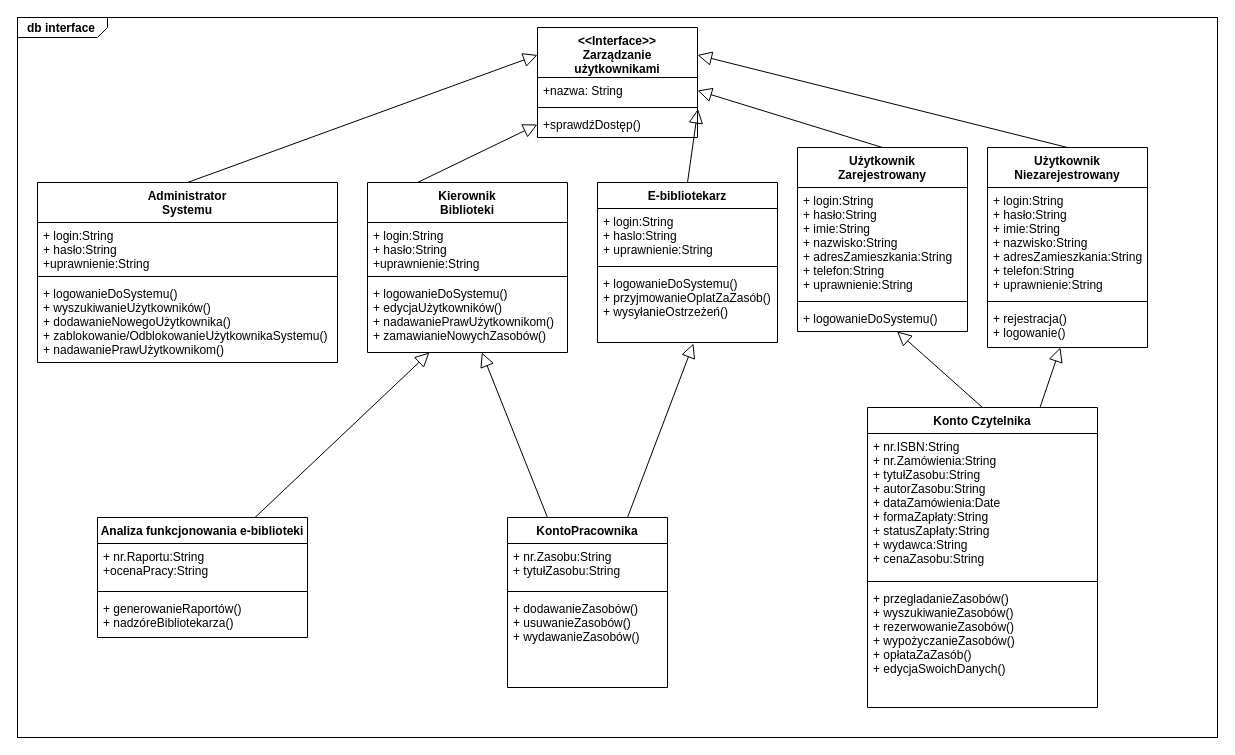
Above: najwiekszydiagram.drawio in tidas022/pl13ti3c (draw.io), before the change. Source tidied: cells renumbered, new cells numbered last; positions are measured from the earlier drawing's top-left corner, leaving out a move shared by most shapes. Both pictures are drawn from the tidied source at 100%, with x=0, y=0 at pixel (17, 17).
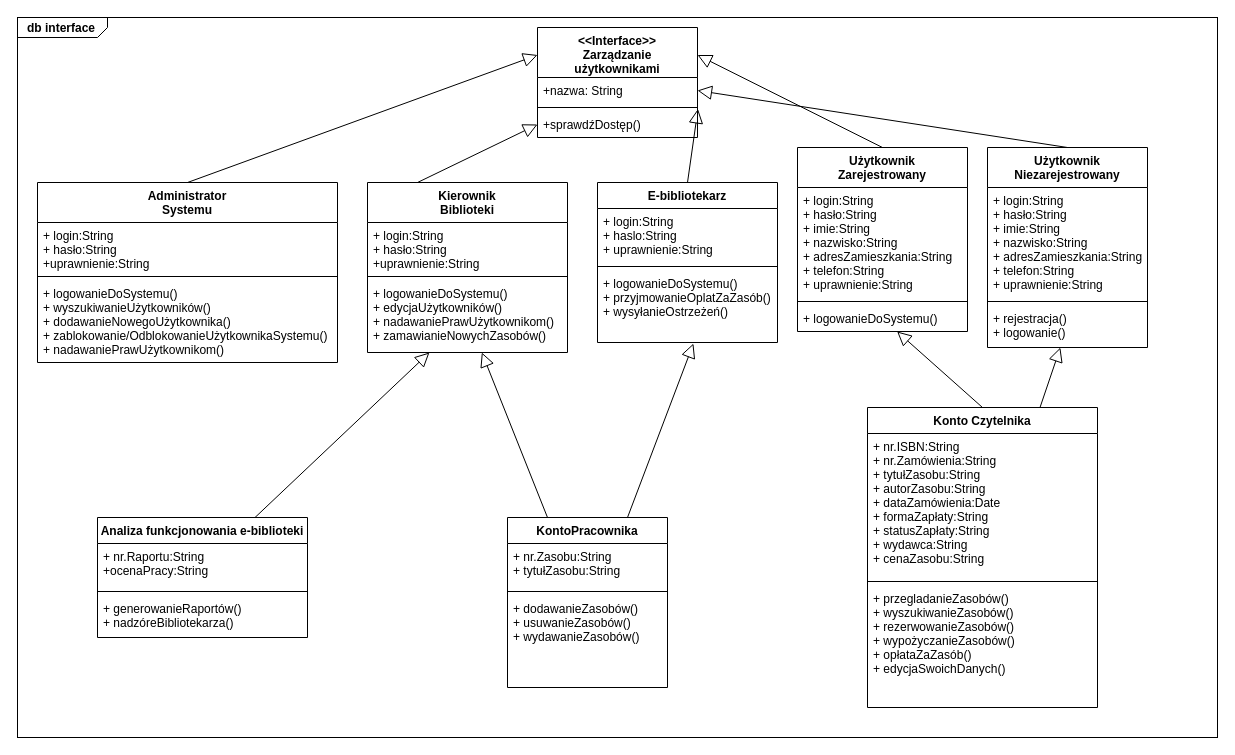
The same diagram, later.

Unchanged cells that the change refers to:
```xml
<mxCell id="3" value="&lt;&lt;Interface&gt;&gt;&#10;Zarządzanie&#10;użytkownikami" style="swimlane;fontStyle=1;align=center;verticalAlign=top;horizontal=1;startSize=50;" parent="1" vertex="1">
  <mxGeometry x="520" y="10" width="160" height="110" as="geometry" />
</mxCell>
<mxCell id="4" value="+nazwa: String" style="text;strokeColor=none;fillColor=none;align=left;verticalAlign=top;spacingLeft=4;spacingRight=4;overflow=hidden;points=[[0,0.5],[1,0.5]];portConstraint=eastwest;" parent="3" vertex="1">
  <mxGeometry y="50" width="160" height="26" as="geometry" />
</mxCell>
<mxCell id="7" value="Użytkownik&#10;Zarejestrowany" style="swimlane;fontStyle=1;align=center;verticalAlign=top;horizontal=1;startSize=40;" parent="1" vertex="1">
  <mxGeometry x="780" y="130" width="170" height="184" as="geometry" />
</mxCell>
<mxCell id="27" value="Użytkownik&#10;Niezarejestrowany" style="swimlane;fontStyle=1;align=center;verticalAlign=top;horizontal=1;startSize=40;" parent="1" vertex="1">
  <mxGeometry x="970" y="130" width="160" height="200" as="geometry" />
</mxCell>
```

What changed in the source:
```diff
@@
-    <mxCell id="42" style="edgeStyle=none;html=1;endSize=12;endArrow=block;endFill=0;exitX=0.5;exitY=0;exitDx=0;exitDy=0;entryX=1;entryY=0.5;entryDx=0;entryDy=0;" parent="1" edge="1" source="7" target="4">
+    <mxCell id="42" style="edgeStyle=none;html=1;endSize=12;endArrow=block;endFill=0;exitX=0.5;exitY=0;exitDx=0;exitDy=0;entryX=1;entryY=0.25;entryDx=0;entryDy=0;" parent="1" edge="1" source="7" target="3">
       <mxGeometry relative="1" as="geometry" />
     </mxCell>
-    <mxCell id="43" style="edgeStyle=none;html=1;endSize=12;endArrow=block;endFill=0;exitX=0.5;exitY=0;exitDx=0;exitDy=0;entryX=1;entryY=0.25;entryDx=0;entryDy=0;" parent="1" edge="1" source="27" target="3">
+    <mxCell id="43" style="edgeStyle=none;html=1;endSize=12;endArrow=block;endFill=0;exitX=0.5;exitY=0;exitDx=0;exitDy=0;entryX=1;entryY=0.5;entryDx=0;entryDy=0;" parent="1" edge="1" source="27" target="4">
       <mxGeometry relative="1" as="geometry" />
     </mxCell>
```
